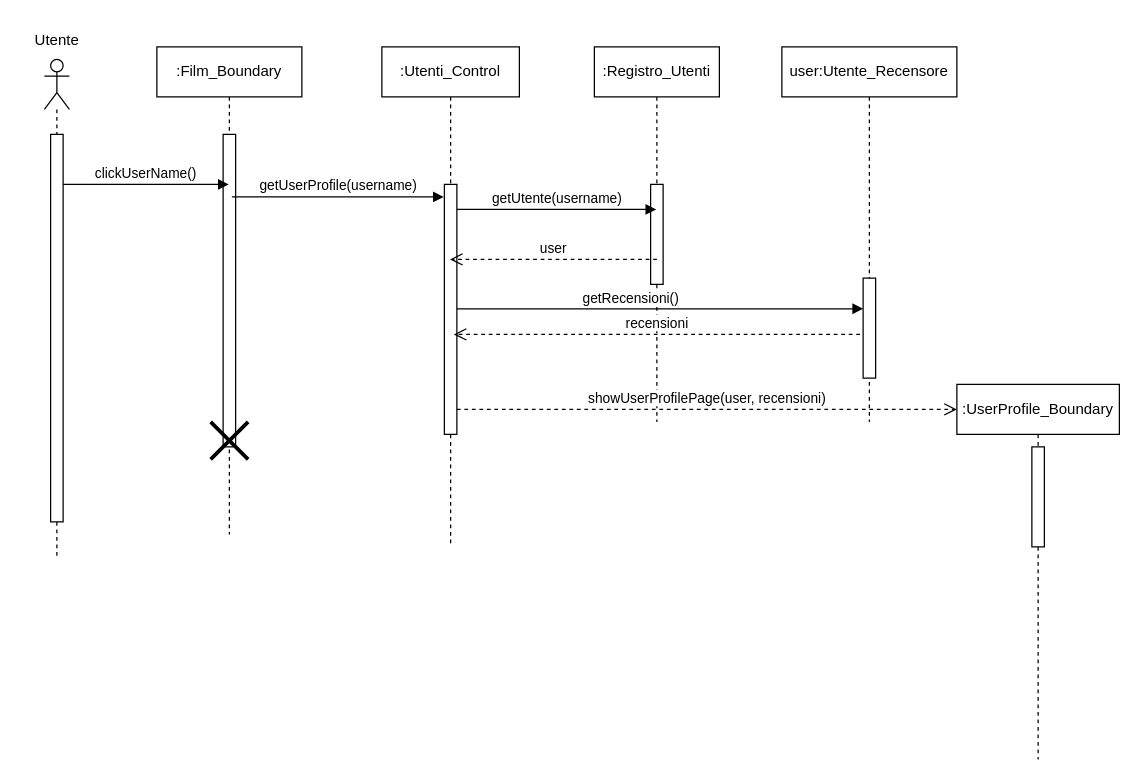
This is New Diagrams/Sequence Diagrams/UC06 Visualizzazione di un profilo utente.drawio from superfra01/Rated, a draw.io file, before an edit. Source tidied: cells renumbered, new cells numbered last; positions are measured from the earlier drawing's top-left corner, leaving out a move shared by most shapes. Both pictures are drawn from the tidied source at 125%, with x=0, y=0 at pixel (21, 21).
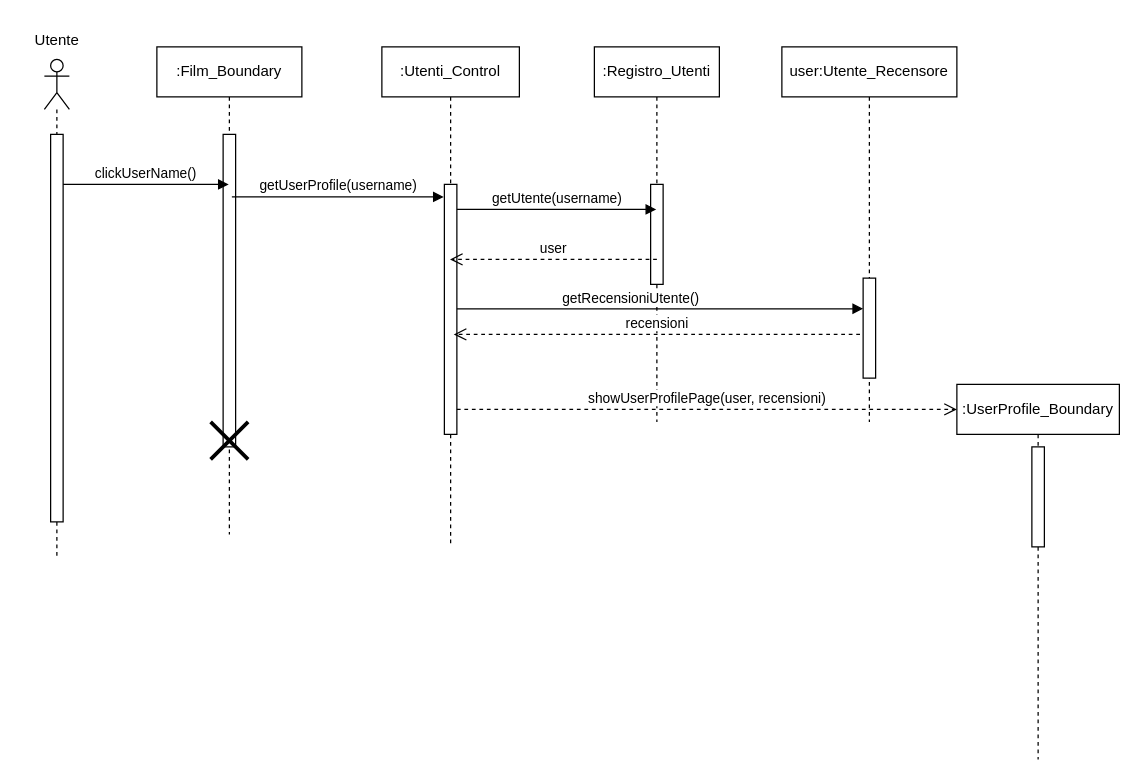
The same diagram, later.

The change refers to these unchanged cells:
```xml
<mxCell id="20" style="html=1;verticalAlign=bottom;endArrow=block;curved=0;rounded=0;" parent="1" edge="1">
  <mxGeometry relative="1" as="geometry">
    <mxPoint x="348" y="229.5" as="sourcePoint" />
    <mxPoint x="673" y="229.5" as="targetPoint" />
  </mxGeometry>
</mxCell>
```

The edit, as a diff of the source:
```diff
@@
-    <mxCell id="21" value="getRecensioni()" style="edgeLabel;html=1;align=center;verticalAlign=middle;" parent="20" vertex="1">
+    <mxCell id="21" value="getRecensioniUtente()" style="edgeLabel;html=1;align=center;verticalAlign=middle;" parent="20" vertex="1">
       <mxGeometry x="-0.12" y="-1" relative="1" as="geometry">
         <mxPoint x="-5" y="-10" as="offset" />
       </mxGeometry>
     </mxCell>
```
